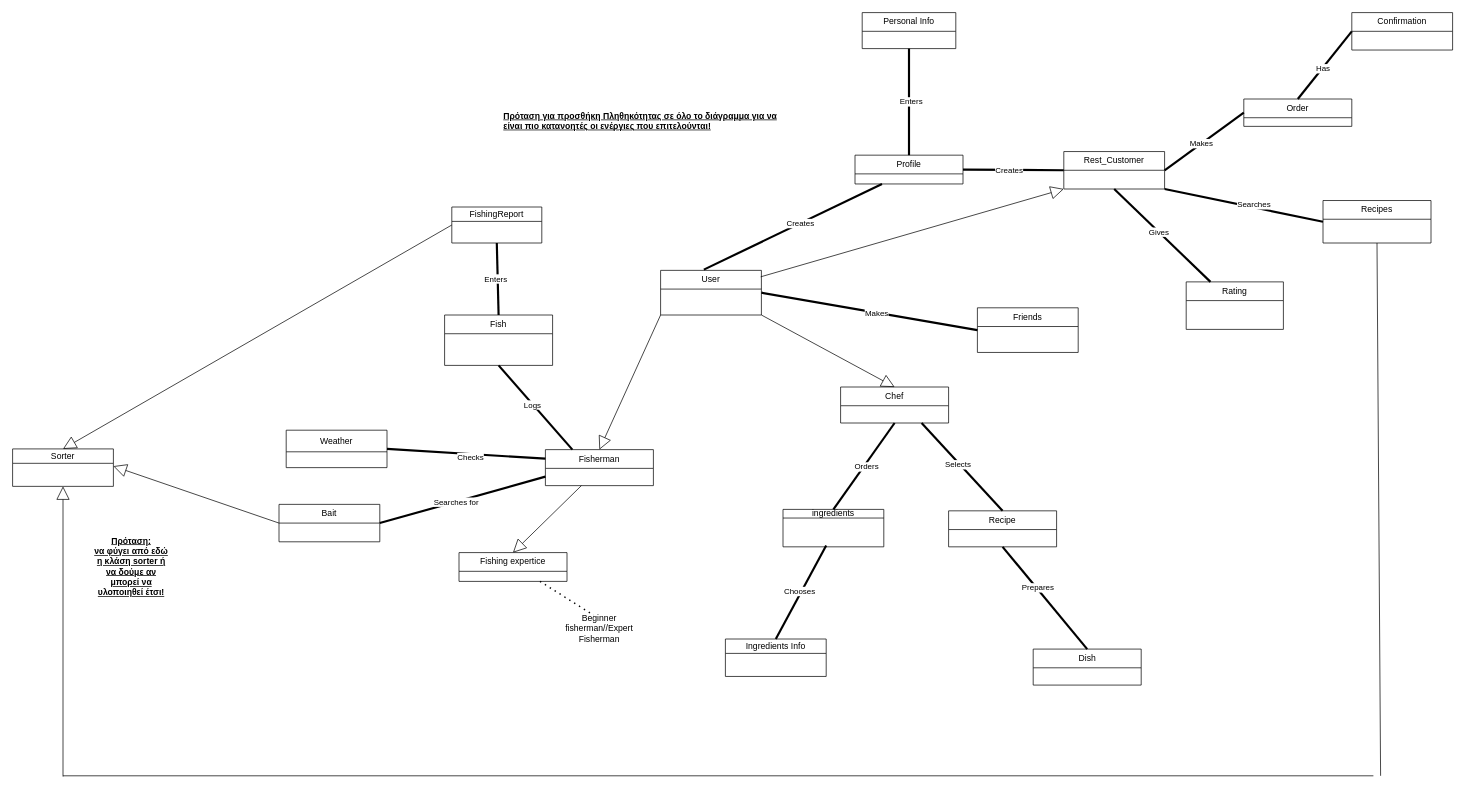
This is domain model - kostas.drawio from TMCEID/SoftEngFishApp, a draw.io file, before an edit. Source tidied: cells renumbered, new cells numbered last; positions are measured from the earlier drawing's top-left corner, leaving out a move shared by most shapes. Both pictures are drawn from the tidied source at 72%, with x=0, y=0 at pixel (12, 12).
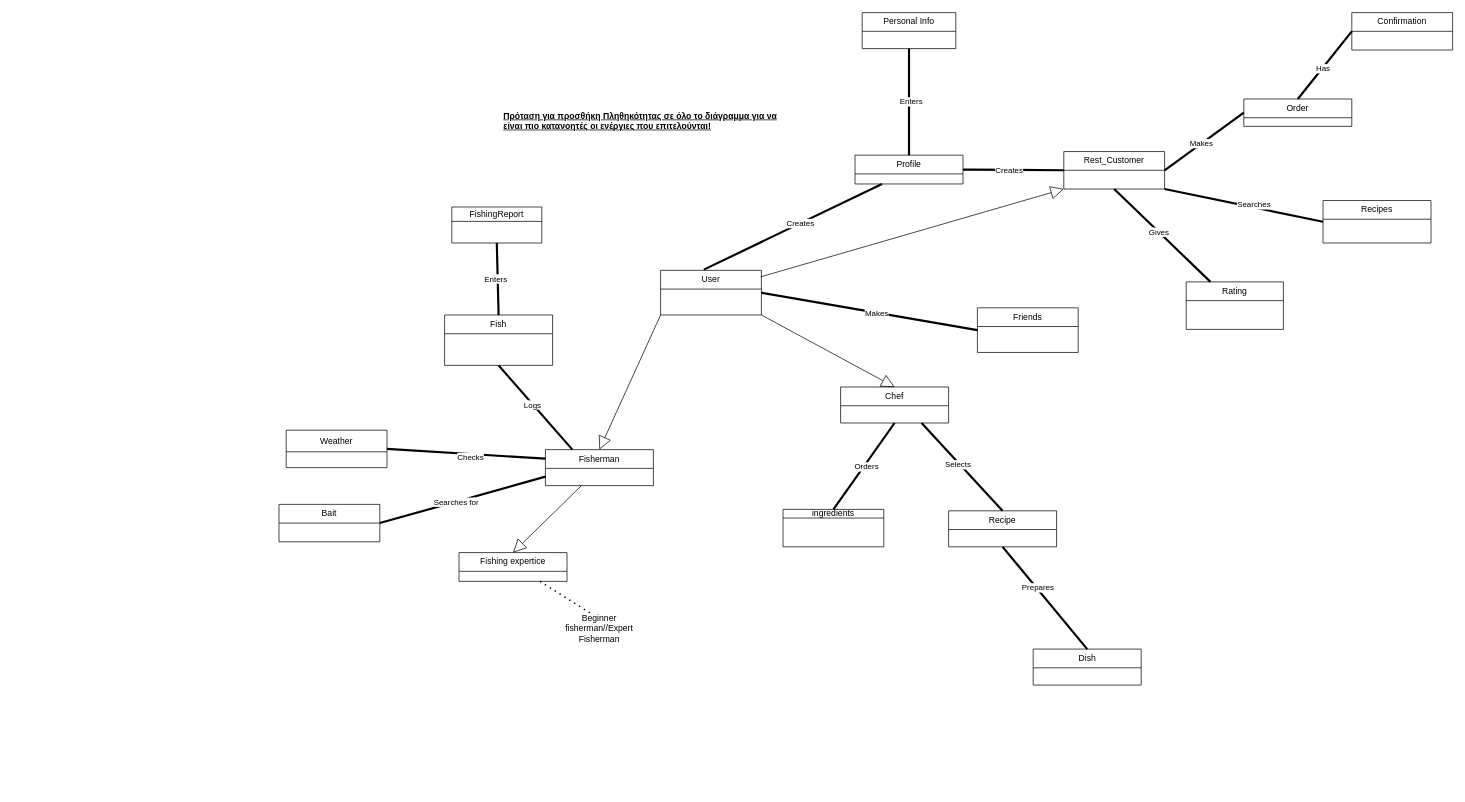
After the change.

Commit message:
Finally-Updated-Domain model - kostas.drawio

The change refers to these unchanged cells:
```xml
<mxCell id="5" value="Bait" style="swimlane;fontStyle=0;horizontal=1;startSize=26;fillColor=none;whiteSpace=wrap;html=1;" parent="1" vertex="1">
  <mxGeometry x="370" y="683" width="140" height="52" as="geometry" />
</mxCell>
<mxCell id="40" value="FishingReport" style="swimlane;fontStyle=0;horizontal=1;startSize=20;fillColor=none;whiteSpace=wrap;html=1;" parent="1" vertex="1">
  <mxGeometry x="610" y="270" width="125" height="50" as="geometry" />
</mxCell>
<mxCell id="53" value="Recipes" style="swimlane;fontStyle=0;horizontal=1;startSize=26;fillColor=none;whiteSpace=wrap;html=1;" parent="1" vertex="1">
  <mxGeometry x="1820" y="261" width="150" height="59" as="geometry" />
</mxCell>
```

What changed in the source:
```diff
@@
-    <mxCell id="35" style="endArrow=none;startArrow=none;endFill=0;startFill=0;endSize=8;html=1;verticalAlign=bottom;labelBackgroundColor=none;strokeWidth=3;rounded=0;exitX=0.5;exitY=0;exitDx=0;exitDy=0;" parent="1" edge="1" source="37">
-      <mxGeometry relative="1" as="geometry">
-        <mxPoint x="1130" y="740" as="targetPoint" />
-      </mxGeometry>
-    </mxCell>
-    <mxCell id="36" value="Chooses" style="edgeLabel;html=1;align=center;verticalAlign=middle;" parent="35" vertex="1">
-      <mxGeometry y="3" relative="1" as="geometry" />
-    </mxCell>
-    <mxCell id="37" value="Ingredients Info" style="swimlane;fontStyle=0;horizontal=1;startSize=20;fillColor=none;whiteSpace=wrap;html=1;" parent="1" vertex="1">
-      <mxGeometry x="990" y="870" width="140" height="52" as="geometry" />
-    </mxCell>
@@
-    <mxCell id="47" value="Sorter" style="swimlane;fontStyle=0;horizontal=1;startSize=20;fillColor=none;whiteSpace=wrap;html=1;" parent="1" vertex="1">
-      <mxGeometry y="606" width="140" height="52" as="geometry" />
-    </mxCell>
@@
-    <mxCell id="57" style="endArrow=block;endSize=16;endFill=0;html=1;rounded=0;entryX=0.5;entryY=0;entryDx=0;entryDy=0;exitX=0;exitY=0.5;exitDx=0;exitDy=0;" parent="1" edge="1" source="40">
-      <mxGeometry relative="1" as="geometry">
-        <mxPoint x="70" y="606" as="targetPoint" />
-      </mxGeometry>
-    </mxCell>
-    <mxCell id="58" style="endArrow=block;endSize=16;endFill=0;html=1;rounded=0;exitX=0;exitY=0.5;exitDx=0;exitDy=0;" parent="1" edge="1" source="5">
-      <mxGeometry relative="1" as="geometry">
-        <mxPoint x="140" y="630" as="targetPoint" />
-      </mxGeometry>
-    </mxCell>
@@
-    <mxCell id="60" style="endArrow=block;endSize=16;endFill=0;html=1;rounded=0;entryX=0.5;entryY=1;entryDx=0;entryDy=0;" parent="1" edge="1" target="47">
-      <mxGeometry relative="1" as="geometry">
-        <mxPoint x="70" y="1061" as="sourcePoint" />
-      </mxGeometry>
-    </mxCell>
-    <mxCell id="61" style="endArrow=none;html=1;rounded=0;" parent="1" edge="1">
-      <mxGeometry relative="1" as="geometry">
-        <mxPoint x="70" y="1060" as="sourcePoint" />
-        <mxPoint x="1890" y="1060" as="targetPoint" />
-      </mxGeometry>
-    </mxCell>
-    <mxCell id="62" style="endArrow=none;html=1;rounded=0;entryX=0.5;entryY=1;entryDx=0;entryDy=0;" parent="1" edge="1" target="53">
-      <mxGeometry relative="1" as="geometry">
-        <mxPoint x="1900" y="1060" as="sourcePoint" />
-      </mxGeometry>
-    </mxCell>
@@
-    <mxCell id="64" value="&lt;b&gt;&lt;u&gt;Πρόταση:&lt;br&gt;να φύγει από εδώ η κλάση sorter ή να δούμε αν μπορεί να υλοποιηθεί έτσι!&lt;/u&gt;&lt;/b&gt;&lt;div&gt;&lt;b&gt;&lt;u&gt;&lt;br&gt;&lt;/u&gt;&lt;/b&gt;&lt;/div&gt;" style="text;html=1;align=center;verticalAlign=middle;whiteSpace=wrap;rounded=0;" parent="1" vertex="1">
-      <mxGeometry x="110" y="722" width="110" height="110" as="geometry" />
-    </mxCell>
```
